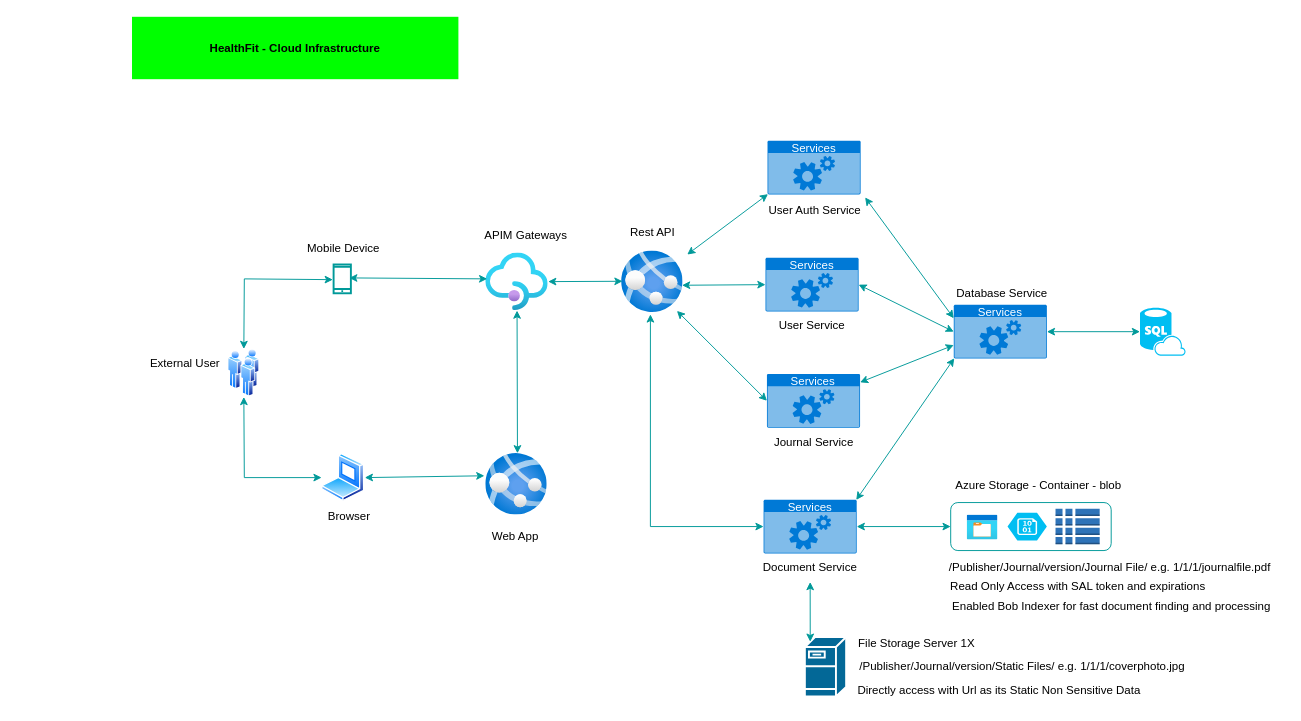
The draw.io diagram Requirement Documents/HealthFit - Cloud Architecture Diagram.drawio in vishalbajad/HealthFit, before the edit. Source tidied: cells renumbered, new cells numbered last; positions are measured from the earlier drawing's top-left corner, leaving out a move shared by most shapes. Both pictures are drawn from the tidied source at 96%, with x=0, y=0 at pixel (132, 16).
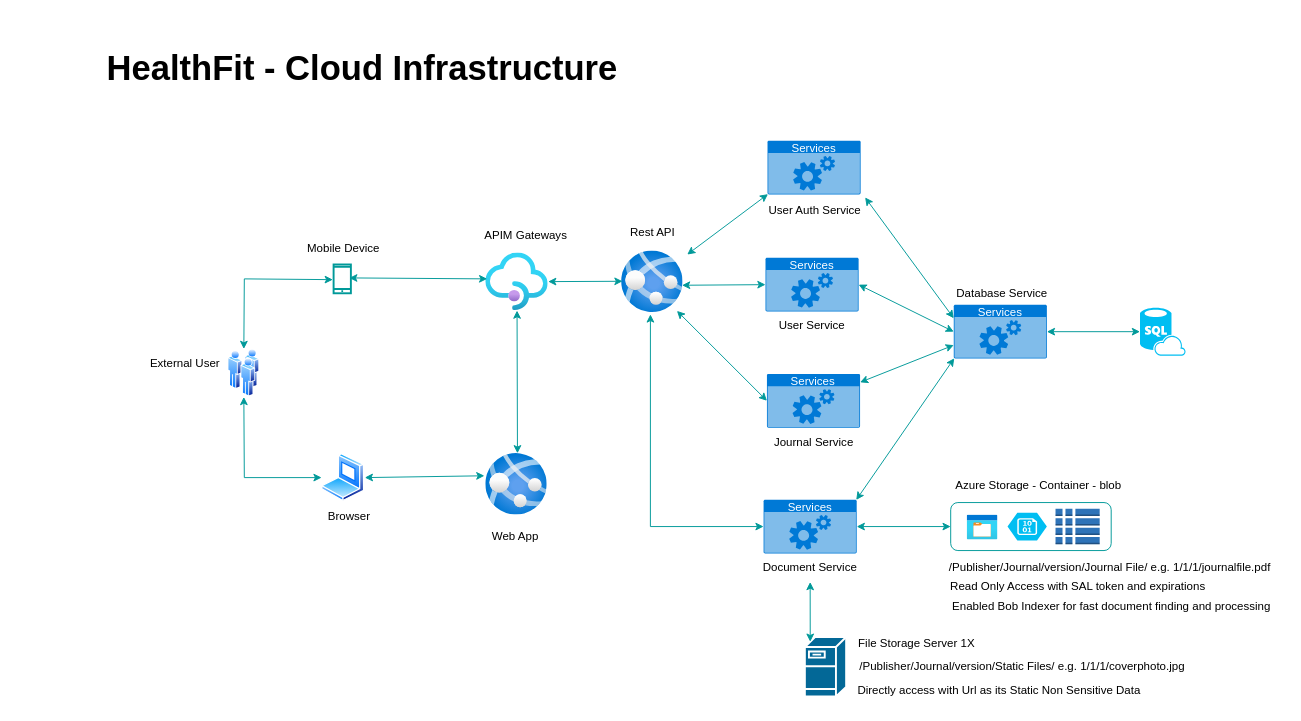
Above is the later version.

Change to the diagram source:
```diff
@@
-    <mxCell id="25" value="HealthFit - Cloud Infrastructure" style="text;html=1;strokeColor=none;fillColor=#00FF00;align=center;verticalAlign=middle;whiteSpace=wrap;rounded=0;fontStyle=1;" parent="1" vertex="1">
-      <mxGeometry width="340" height="65" as="geometry" />
+    <mxCell id="25" value="&lt;font style=&quot;font-size: 36px;&quot;&gt;HealthFit - Cloud Infrastructure&lt;/font&gt;" style="text;html=1;strokeColor=none;fillColor=none;align=center;verticalAlign=middle;whiteSpace=wrap;rounded=0;fontStyle=1;" parent="1" vertex="1">
+      <mxGeometry x="-120" y="20" width="720" height="65" as="geometry" />
     </mxCell>
```
